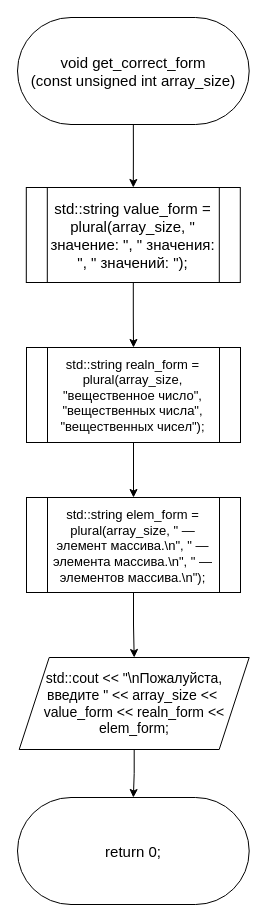
This is get_correct_form.drawio from kravecila28-ops/Block-diagram_templates, a draw.io file, before an edit. Source tidied: cells renumbered, new cells numbered last; positions are measured from the earlier drawing's top-left corner, leaving out a move shared by most shapes. Both pictures are drawn from the tidied source at 100%, with x=0, y=0 at pixel (17, 17).
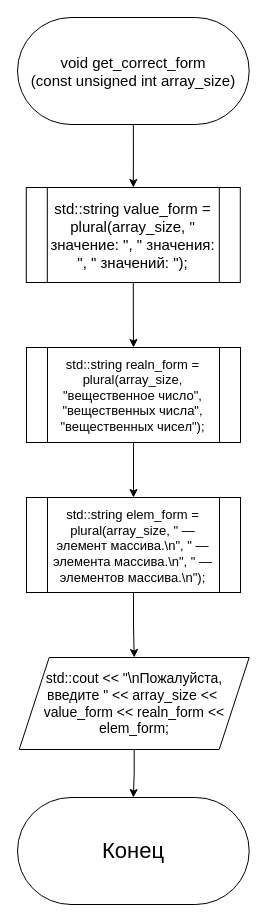
Above is the later version.

What changed in the source:
```diff
@@
 <mxGraphModel>
   <root>
     <mxCell id="0" />
     <mxCell id="1" parent="0" />
     <mxCell id="2" style="edgeStyle=orthogonalEdgeStyle;rounded=0;jettySize=auto;html=1;exitX=0.5;exitY=1;exitDx=0;exitDy=0;entryX=0.5;entryY=0;entryDx=0;entryDy=0;" parent="1" edge="1" source="3" target="5">
       <mxGeometry relative="1" as="geometry" />
     </mxCell>
     <mxCell id="3" value="&lt;font style=&quot;font-size: 15px;&quot;&gt;void get_correct_form&lt;/font&gt;&lt;div&gt;&lt;font style=&quot;font-size: 15px;&quot;&gt;(const unsigned int array_size)&lt;/font&gt;&lt;/div&gt;" style="rounded=1;whiteSpace=wrap;html=1;arcSize=50;labelBackgroundColor=none;" parent="1" vertex="1">
       <mxGeometry width="231.7" height="107" as="geometry" />
     </mxCell>
     <mxCell id="4" style="edgeStyle=orthogonalEdgeStyle;rounded=0;jettySize=auto;html=1;exitX=0.5;exitY=1;exitDx=0;exitDy=0;entryX=0.5;entryY=0;entryDx=0;entryDy=0;" parent="1" edge="1" source="5" target="7">
       <mxGeometry relative="1" as="geometry" />
     </mxCell>
     <mxCell id="5" value="&lt;span style=&quot;font-size: 15px;&quot;&gt;std::string value_form = plural(array_size, &quot; значение: &quot;, &quot; значения: &quot;, &quot; значений: &quot;);&lt;/span&gt;" style="shape=process;whiteSpace=wrap;html=1;backgroundOutline=1;" parent="1" vertex="1">
       <mxGeometry x="8.8" y="170" width="214" height="95" as="geometry" />
     </mxCell>
     <mxCell id="6" style="edgeStyle=orthogonalEdgeStyle;rounded=0;jettySize=auto;html=1;exitX=0.5;exitY=1;exitDx=0;exitDy=0;entryX=0.5;entryY=0;entryDx=0;entryDy=0;" parent="1" edge="1" source="7" target="9">
       <mxGeometry relative="1" as="geometry" />
     </mxCell>
     <mxCell id="7" value="&lt;font style=&quot;font-size: 13px;&quot;&gt;std::string realn_form = plural(array_size, &quot;вещественное число&quot;, &quot;вещественных числа&quot;, &quot;вещественных чисел&quot;);&lt;/font&gt;" style="shape=process;whiteSpace=wrap;html=1;backgroundOutline=1;" parent="1" vertex="1">
       <mxGeometry x="9" y="330" width="214" height="95" as="geometry" />
     </mxCell>
     <mxCell id="8" style="edgeStyle=orthogonalEdgeStyle;rounded=0;jettySize=auto;html=1;exitX=0.5;exitY=1;exitDx=0;exitDy=0;entryX=0.5;entryY=0;entryDx=0;entryDy=0;" parent="1" edge="1" source="9" target="11">
       <mxGeometry relative="1" as="geometry" />
     </mxCell>
     <mxCell id="9" value="&lt;div&gt;&lt;font style=&quot;font-size: 13px;&quot;&gt;&lt;br&gt;&lt;/font&gt;&lt;/div&gt;&lt;div&gt;&lt;font style=&quot;font-size: 13px;&quot;&gt;std::string elem_form = plural(array_size, &quot; — элемент массива.\n&quot;, &quot; — элемента массива.\n&quot;, &quot; — элементов массива.\n&quot;);&lt;/font&gt;&lt;/div&gt;&lt;div&gt;&lt;br&gt;&lt;/div&gt;" style="shape=process;whiteSpace=wrap;html=1;backgroundOutline=1;align=center;" parent="1" vertex="1">
       <mxGeometry x="9" y="480" width="214" height="95" as="geometry" />
     </mxCell>
     <mxCell id="10" style="edgeStyle=orthogonalEdgeStyle;rounded=0;jettySize=auto;html=1;exitX=0.5;exitY=1;exitDx=0;exitDy=0;entryX=0.5;entryY=0;entryDx=0;entryDy=0;" parent="1" edge="1" source="11" target="12">
       <mxGeometry relative="1" as="geometry" />
     </mxCell>
     <mxCell id="11" value="&lt;span style=&quot;font-size: 14px;&quot;&gt;std::cout &amp;lt;&amp;lt; &quot;\nПожалуйста, введите &quot; &amp;lt;&amp;lt; array_size &amp;lt;&amp;lt;&amp;nbsp; value_form &amp;lt;&amp;lt; realn_form &amp;lt;&amp;lt; elem_form;&lt;/span&gt;" style="shape=parallelogram;perimeter=parallelogramPerimeter;whiteSpace=wrap;html=1;fixedSize=1;labelBackgroundColor=none;size=30;" parent="1" vertex="1">
       <mxGeometry x="1.7" y="640" width="230" height="92" as="geometry" />
     </mxCell>
-    <mxCell id="12" value="&lt;span style=&quot;font-size: 15px;&quot;&gt;return 0;&lt;/span&gt;" style="rounded=1;whiteSpace=wrap;html=1;arcSize=50;labelBackgroundColor=none;" parent="1" vertex="1">
+    <mxCell id="12" value="&lt;font style=&quot;font-size: 22px;&quot;&gt;Конец&lt;/font&gt;" style="rounded=1;whiteSpace=wrap;html=1;arcSize=50;labelBackgroundColor=none;" parent="1" vertex="1">
       <mxGeometry y="780" width="231.7" height="107" as="geometry" />
     </mxCell>
   </root>
 </mxGraphModel>
```
